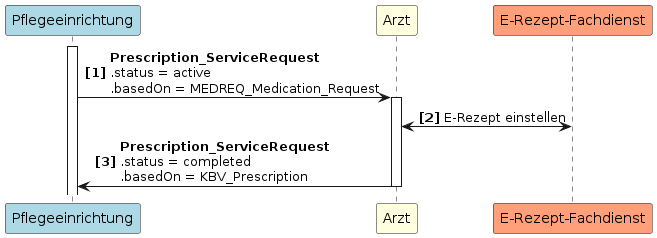
gematik/spec-E-Rezept-ServiceRequest keeps this PlantUML diagram as guides/ig-rezeptanforderung/images/puml_images/UC3.png. Above is the earlier version.
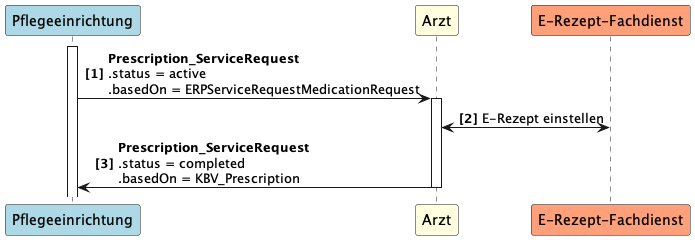
After the change.

The edit, as a diff of the source:
```diff
@@ -5,7 +5,7 @@
 participant "E-Rezept-Fachdienst" as FD #LightSalmon
 
 activate PE
-PE -> A++: <b>Prescription_ServiceRequest \n.status = active \n.basedOn = MEDREQ_Medication_Request
+PE -> A++: <b>Prescription_ServiceRequest \n.status = active \n.basedOn = ERPServiceRequestMedicationRequest
 A <-> FD: E-Rezept einstellen
 A -> PE--: <b>Prescription_ServiceRequest \n.status = completed \n.basedOn = KBV_Prescription
 @enduml
```
